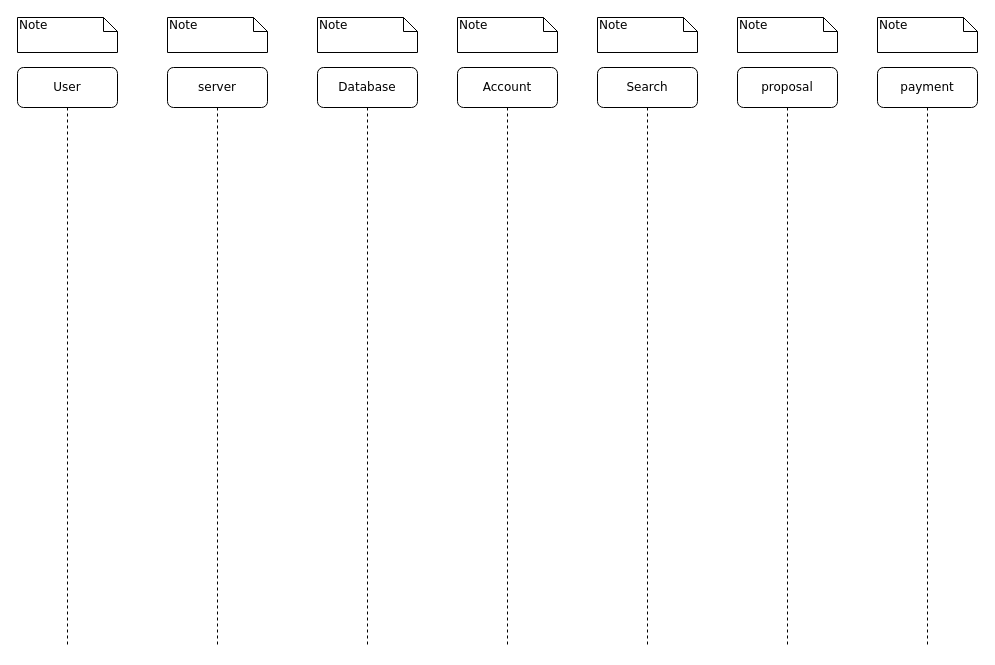
Above: interaction diagram.drawio in Jainil2004/SEPM (draw.io), before the change. Source tidied: cells renumbered, new cells numbered last; positions are measured from the earlier drawing's top-left corner, leaving out a move shared by most shapes. Both pictures are drawn from the tidied source at 100%, with x=0, y=0 at pixel (17, 17).
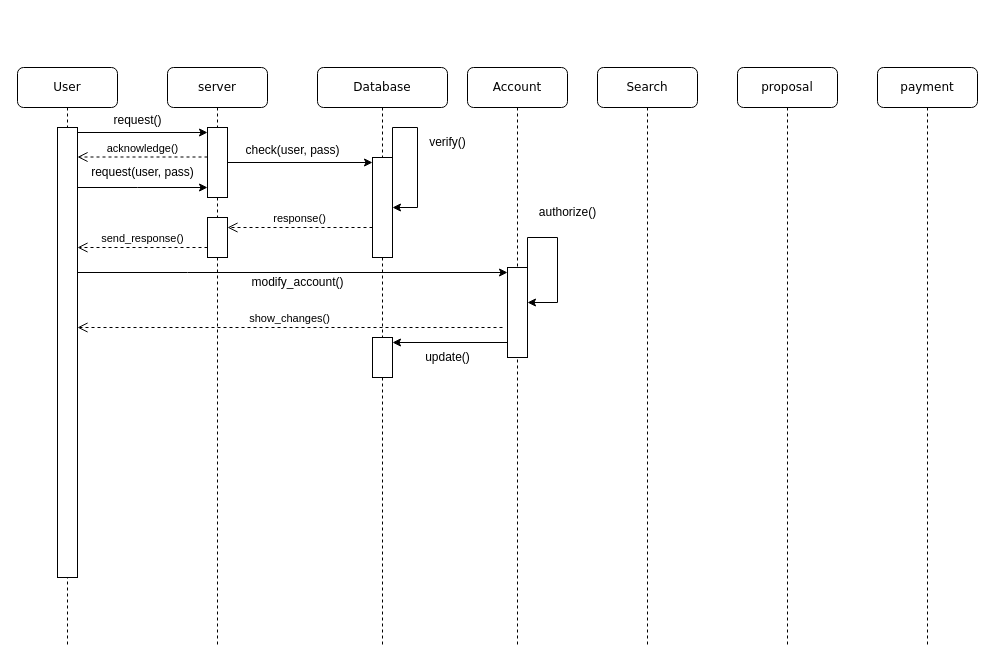
After the change.

Commit message:
completed login and acc

The change refers to these unchanged cells:
```xml
<mxCell id="2" value="&lt;span style=&quot;white-space: pre;&quot;&gt;server&lt;br&gt;&lt;/span&gt;" style="shape=umlLifeline;perimeter=lifelinePerimeter;whiteSpace=wrap;html=1;rounded=1;shadow=0;comic=0;labelBackgroundColor=none;strokeWidth=1;fontFamily=Verdana;fontSize=12;align=center;" parent="1" vertex="1">
  <mxGeometry x="150" y="50" width="100" height="580" as="geometry" />
</mxCell>
<mxCell id="15" value="User" style="shape=umlLifeline;perimeter=lifelinePerimeter;whiteSpace=wrap;html=1;rounded=1;shadow=0;comic=0;labelBackgroundColor=none;strokeWidth=1;fontFamily=Verdana;fontSize=12;align=center;" parent="1" vertex="1">
  <mxGeometry y="50" width="100" height="580" as="geometry" />
</mxCell>
```

Diff of the diagram source:
```diff
@@
+    <mxCell id="16" style="html=1;points=[[0,0,0,0,5],[0,1,0,0,-5],[1,0,0,0,5],[1,1,0,0,-5]];perimeter=orthogonalPerimeter;outlineConnect=0;targetShapes=umlLifeline;portConstraint=eastwest;newEdgeStyle={&quot;curved&quot;:0,&quot;rounded&quot;:0};" parent="2" vertex="1">
+      <mxGeometry x="40" y="60" width="20" height="70" as="geometry" />
+    </mxCell>
+    <mxCell id="17" value="acknowledge()" style="html=1;verticalAlign=bottom;endArrow=open;dashed=1;endSize=8;curved=0;rounded=0;" parent="2" edge="1" target="26">
+      <mxGeometry relative="1" as="geometry">
+        <mxPoint x="40" y="89.5" as="sourcePoint" />
+      </mxGeometry>
+    </mxCell>
+    <mxCell id="18" style="html=1;points=[[0,0,0,0,5],[0,1,0,0,-5],[1,0,0,0,5],[1,1,0,0,-5]];perimeter=orthogonalPerimeter;outlineConnect=0;targetShapes=umlLifeline;portConstraint=eastwest;newEdgeStyle={&quot;curved&quot;:0,&quot;rounded&quot;:0};" parent="2" vertex="1">
+      <mxGeometry x="40" y="150" width="20" height="40" as="geometry" />
+    </mxCell>
     <mxCell id="3" value="Database" style="shape=umlLifeline;perimeter=lifelinePerimeter;whiteSpace=wrap;html=1;rounded=1;shadow=0;comic=0;labelBackgroundColor=none;strokeWidth=1;fontFamily=Verdana;fontSize=12;align=center;" parent="1" vertex="1">
-      <mxGeometry x="300" y="50" width="100" height="580" as="geometry" />
+      <mxGeometry x="300" y="50" width="130" height="580" as="geometry" />
     </mxCell>
+    <mxCell id="19" style="html=1;points=[[0,0,0,0,5],[0,1,0,0,-5],[1,0,0,0,5],[1,1,0,0,-5]];perimeter=orthogonalPerimeter;outlineConnect=0;targetShapes=umlLifeline;portConstraint=eastwest;newEdgeStyle={&quot;curved&quot;:0,&quot;rounded&quot;:0};" parent="3" vertex="1">
+      <mxGeometry x="55" y="90" width="20" height="100" as="geometry" />
+    </mxCell>
+    <mxCell id="20" style="edgeStyle=orthogonalEdgeStyle;rounded=0;orthogonalLoop=1;jettySize=auto;html=1;curved=0;exitX=1;exitY=0;exitDx=0;exitDy=5;exitPerimeter=0;" parent="3" edge="1" source="19" target="19">
+      <mxGeometry relative="1" as="geometry">
+        <Array as="points">
+          <mxPoint x="75" y="60" />
+          <mxPoint x="100" y="60" />
+          <mxPoint x="100" y="140" />
+        </Array>
+      </mxGeometry>
+    </mxCell>
+    <mxCell id="21" value="response()" style="html=1;verticalAlign=bottom;endArrow=open;dashed=1;endSize=8;curved=0;rounded=0;" parent="3" edge="1" target="18">
+      <mxGeometry relative="1" as="geometry">
+        <mxPoint x="55" y="160" as="sourcePoint" />
+      </mxGeometry>
+    </mxCell>
+    <mxCell id="22" value="show_changes()" style="html=1;verticalAlign=bottom;endArrow=open;dashed=1;endSize=8;curved=0;rounded=0;" parent="3" edge="1">
+      <mxGeometry relative="1" as="geometry">
+        <mxPoint x="185" y="260" as="sourcePoint" />
+        <mxPoint x="-240" y="260" as="targetPoint" />
+      </mxGeometry>
+    </mxCell>
+    <mxCell id="23" style="html=1;points=[[0,0,0,0,5],[0,1,0,0,-5],[1,0,0,0,5],[1,1,0,0,-5]];perimeter=orthogonalPerimeter;outlineConnect=0;targetShapes=umlLifeline;portConstraint=eastwest;newEdgeStyle={&quot;curved&quot;:0,&quot;rounded&quot;:0};" parent="3" vertex="1">
+      <mxGeometry x="55" y="270" width="20" height="40" as="geometry" />
+    </mxCell>
     <mxCell id="4" value="Account" style="shape=umlLifeline;perimeter=lifelinePerimeter;whiteSpace=wrap;html=1;rounded=1;shadow=0;comic=0;labelBackgroundColor=none;strokeWidth=1;fontFamily=Verdana;fontSize=12;align=center;" parent="1" vertex="1">
-      <mxGeometry x="440" y="50" width="100" height="580" as="geometry" />
+      <mxGeometry x="450" y="50" width="100" height="580" as="geometry" />
     </mxCell>
+    <mxCell id="24" style="html=1;points=[[0,0,0,0,5],[0,1,0,0,-5],[1,0,0,0,5],[1,1,0,0,-5]];perimeter=orthogonalPerimeter;outlineConnect=0;targetShapes=umlLifeline;portConstraint=eastwest;newEdgeStyle={&quot;curved&quot;:0,&quot;rounded&quot;:0};" parent="4" vertex="1">
+      <mxGeometry x="40" y="200" width="20" height="90" as="geometry" />
+    </mxCell>
+    <mxCell id="25" style="edgeStyle=orthogonalEdgeStyle;rounded=0;orthogonalLoop=1;jettySize=auto;html=1;curved=0;exitX=1;exitY=0;exitDx=0;exitDy=5;exitPerimeter=0;" parent="4" edge="1" source="24" target="24">
+      <mxGeometry relative="1" as="geometry">
+        <Array as="points">
+          <mxPoint x="60" y="170" />
+          <mxPoint x="90" y="170" />
+          <mxPoint x="90" y="235" />
+        </Array>
+      </mxGeometry>
+    </mxCell>
@@
-    <mxCell id="8" value="Note" style="shape=note;whiteSpace=wrap;html=1;size=14;verticalAlign=top;align=left;spacingTop=-6;rounded=0;shadow=0;comic=0;labelBackgroundColor=none;strokeWidth=1;fontFamily=Verdana;fontSize=12;" parent="1" vertex="1">
-      <mxGeometry width="100" height="35" as="geometry" />
-    </mxCell>
-    <mxCell id="9" value="Note" style="shape=note;whiteSpace=wrap;html=1;size=14;verticalAlign=top;align=left;spacingTop=-6;rounded=0;shadow=0;comic=0;labelBackgroundColor=none;strokeWidth=1;fontFamily=Verdana;fontSize=12;" parent="1" vertex="1">
-      <mxGeometry x="150" width="100" height="35" as="geometry" />
-    </mxCell>
-    <mxCell id="10" value="Note" style="shape=note;whiteSpace=wrap;html=1;size=14;verticalAlign=top;align=left;spacingTop=-6;rounded=0;shadow=0;comic=0;labelBackgroundColor=none;strokeWidth=1;fontFamily=Verdana;fontSize=12;" parent="1" vertex="1">
-      <mxGeometry x="300" width="100" height="35" as="geometry" />
-    </mxCell>
-    <mxCell id="11" value="Note" style="shape=note;whiteSpace=wrap;html=1;size=14;verticalAlign=top;align=left;spacingTop=-6;rounded=0;shadow=0;comic=0;labelBackgroundColor=none;strokeWidth=1;fontFamily=Verdana;fontSize=12;" parent="1" vertex="1">
-      <mxGeometry x="440" width="100" height="35" as="geometry" />
-    </mxCell>
-    <mxCell id="12" value="Note" style="shape=note;whiteSpace=wrap;html=1;size=14;verticalAlign=top;align=left;spacingTop=-6;rounded=0;shadow=0;comic=0;labelBackgroundColor=none;strokeWidth=1;fontFamily=Verdana;fontSize=12;" parent="1" vertex="1">
-      <mxGeometry x="580" width="100" height="35" as="geometry" />
-    </mxCell>
-    <mxCell id="13" value="Note" style="shape=note;whiteSpace=wrap;html=1;size=14;verticalAlign=top;align=left;spacingTop=-6;rounded=0;shadow=0;comic=0;labelBackgroundColor=none;strokeWidth=1;fontFamily=Verdana;fontSize=12;" parent="1" vertex="1">
-      <mxGeometry x="720" width="100" height="35" as="geometry" />
-    </mxCell>
-    <mxCell id="14" value="Note" style="shape=note;whiteSpace=wrap;html=1;size=14;verticalAlign=top;align=left;spacingTop=-6;rounded=0;shadow=0;comic=0;labelBackgroundColor=none;strokeWidth=1;fontFamily=Verdana;fontSize=12;" parent="1" vertex="1">
-      <mxGeometry x="860" width="100" height="35" as="geometry" />
-    </mxCell>
@@
+    <mxCell id="26" style="html=1;points=[[0,0,0,0,5],[0,1,0,0,-5],[1,0,0,0,5],[1,1,0,0,-5]];perimeter=orthogonalPerimeter;outlineConnect=0;targetShapes=umlLifeline;portConstraint=eastwest;newEdgeStyle={&quot;curved&quot;:0,&quot;rounded&quot;:0};" parent="15" vertex="1">
+      <mxGeometry x="40" y="60" width="20" height="450" as="geometry" />
+    </mxCell>
+    <mxCell id="27" style="edgeStyle=orthogonalEdgeStyle;rounded=0;jettySize=auto;html=1;curved=0;exitX=1;exitY=0;exitDx=0;exitDy=5;exitPerimeter=0;entryX=0;entryY=0;entryDx=0;entryDy=5;entryPerimeter=0;" parent="1" edge="1" source="26" target="16">
+      <mxGeometry relative="1" as="geometry" />
+    </mxCell>
+    <mxCell id="28" value="request()" style="text;html=1;align=center;verticalAlign=middle;strokeColor=none;fillColor=none;" parent="1" vertex="1">
+      <mxGeometry x="85" y="88" width="70" height="30" as="geometry" />
+    </mxCell>
+    <mxCell id="29" style="edgeStyle=orthogonalEdgeStyle;rounded=0;orthogonalLoop=1;jettySize=auto;html=1;curved=0;" parent="1" edge="1">
+      <mxGeometry relative="1" as="geometry">
+        <mxPoint x="60" y="170" as="sourcePoint" />
+        <mxPoint x="190" y="170" as="targetPoint" />
+        <Array as="points">
+          <mxPoint x="120" y="170" />
+          <mxPoint x="120" y="170" />
+        </Array>
+      </mxGeometry>
+    </mxCell>
+    <mxCell id="30" style="edgeStyle=orthogonalEdgeStyle;rounded=0;jettySize=auto;html=1;curved=0;exitX=1;exitY=0;exitDx=0;exitDy=5;exitPerimeter=0;entryX=0;entryY=0;entryDx=0;entryDy=5;entryPerimeter=0;" parent="1" edge="1" source="16" target="19">
+      <mxGeometry relative="1" as="geometry">
+        <Array as="points">
+          <mxPoint x="210" y="145" />
+        </Array>
+      </mxGeometry>
+    </mxCell>
+    <mxCell id="31" value="check(user, pass)" style="text;html=1;align=center;verticalAlign=middle;strokeColor=none;fillColor=none;" parent="1" vertex="1">
+      <mxGeometry x="215" y="118" width="120" height="30" as="geometry" />
+    </mxCell>
+    <mxCell id="32" value="request(user, pass)" style="text;html=1;align=center;verticalAlign=middle;strokeColor=none;fillColor=none;" parent="1" vertex="1">
+      <mxGeometry x="60" y="140" width="130" height="30" as="geometry" />
+    </mxCell>
+    <mxCell id="33" value="send_response()" style="html=1;verticalAlign=bottom;endArrow=open;dashed=1;endSize=8;curved=0;rounded=0;" parent="1" edge="1" target="26">
+      <mxGeometry relative="1" as="geometry">
+        <mxPoint x="190" y="230" as="sourcePoint" />
+      </mxGeometry>
+    </mxCell>
+    <mxCell id="34" style="edgeStyle=orthogonalEdgeStyle;rounded=0;jettySize=auto;html=1;curved=0;entryX=0;entryY=0;entryDx=0;entryDy=5;entryPerimeter=0;" parent="1" edge="1" source="26" target="24">
+      <mxGeometry relative="1" as="geometry">
+        <Array as="points">
+          <mxPoint x="170" y="255" />
+          <mxPoint x="170" y="255" />
+        </Array>
+      </mxGeometry>
+    </mxCell>
+    <mxCell id="35" value="modify_account()" style="text;html=1;align=center;verticalAlign=middle;strokeColor=none;fillColor=none;" parent="1" vertex="1">
+      <mxGeometry x="225" y="250" width="110" height="30" as="geometry" />
+    </mxCell>
+    <mxCell id="36" value="verify()" style="text;html=1;align=center;verticalAlign=middle;strokeColor=none;fillColor=none;" parent="1" vertex="1">
+      <mxGeometry x="400" y="110" width="60" height="30" as="geometry" />
+    </mxCell>
+    <mxCell id="37" value="authorize()" style="text;html=1;align=center;verticalAlign=middle;strokeColor=none;fillColor=none;" parent="1" vertex="1">
+      <mxGeometry x="510" y="180" width="80" height="30" as="geometry" />
+    </mxCell>
+    <mxCell id="38" style="edgeStyle=orthogonalEdgeStyle;rounded=0;jettySize=auto;html=1;curved=0;exitX=0;exitY=1;exitDx=0;exitDy=-5;exitPerimeter=0;entryX=1;entryY=0;entryDx=0;entryDy=5;entryPerimeter=0;" parent="1" edge="1" source="24" target="23">
+      <mxGeometry relative="1" as="geometry">
+        <Array as="points">
+          <mxPoint x="490" y="325" />
+        </Array>
+      </mxGeometry>
+    </mxCell>
+    <mxCell id="39" value="update()" style="text;html=1;align=center;verticalAlign=middle;strokeColor=none;fillColor=none;" parent="1" vertex="1">
+      <mxGeometry x="395" y="325" width="70" height="30" as="geometry" />
+    </mxCell>
```
